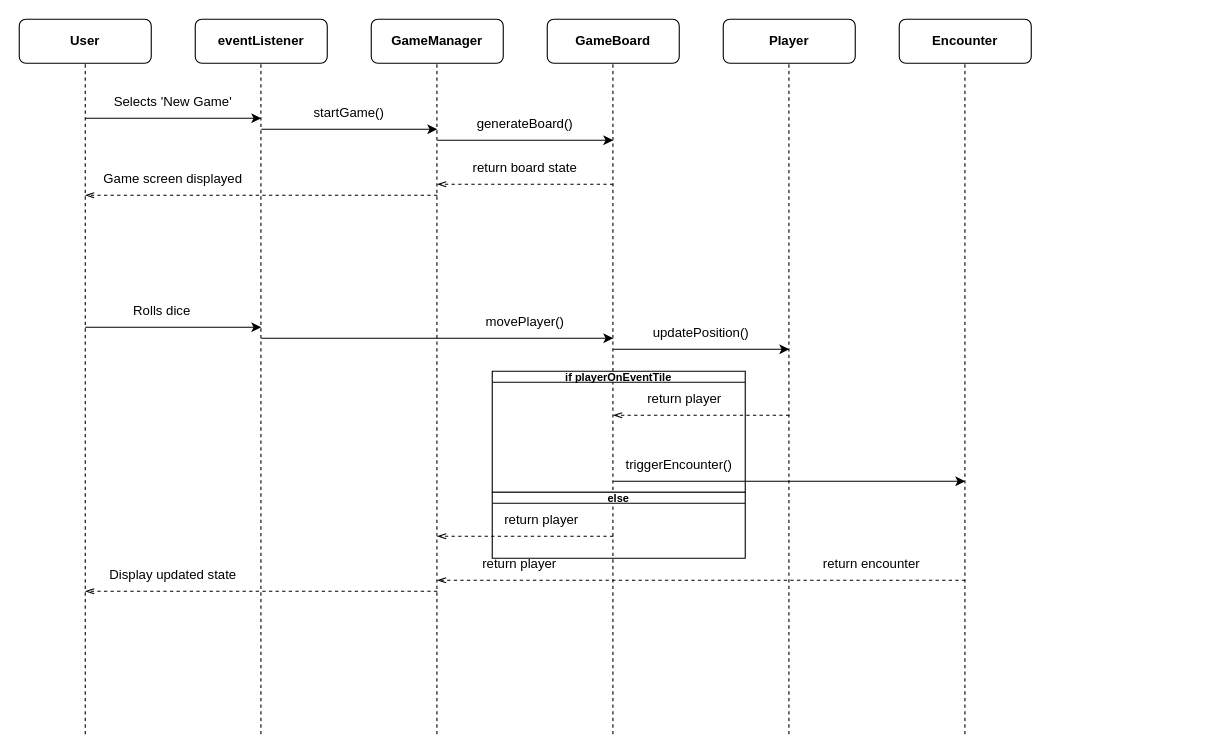
The draw.io diagram NOTCODE/sequence.drawio in LeoAUT1/COMP602-Assignment-1, before the edit. Source tidied: cells renumbered, new cells numbered last; positions are measured from the earlier drawing's top-left corner, leaving out a move shared by most shapes. Both pictures are drawn from the tidied source at 110%, with x=0, y=0 at pixel (19, 19).
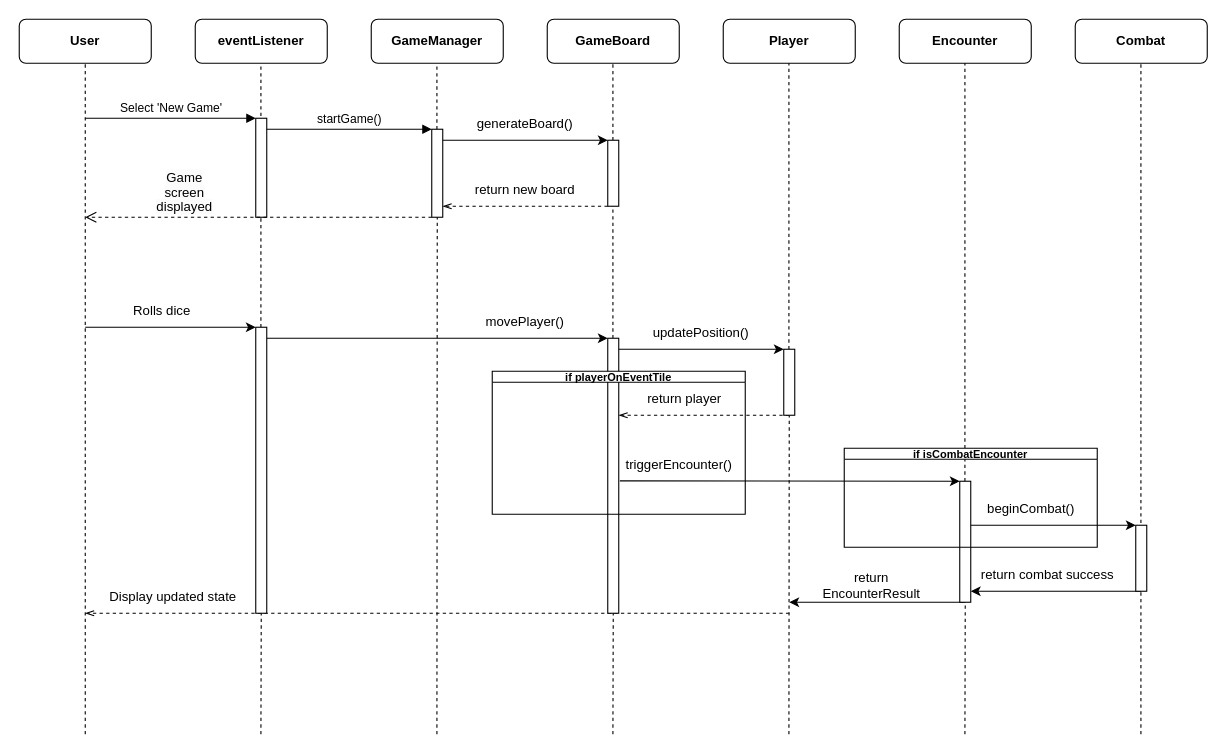
Above is the later version.

The edit, as a diff of the source:
```diff
@@
-    <mxCell id="6" style="endArrow=none;dashed=1;html=1;strokeWidth=1;entryX=0.5;entryY=1;entryDx=0;entryDy=0;" parent="1" edge="1">
+    <mxCell id="6" style="endArrow=none;dashed=1;html=1;strokeWidth=1;entryX=0.5;entryY=1;entryDx=0;entryDy=0;" parent="1" edge="1" source="56">
       <mxGeometry relative="1" as="geometry">
-        <mxPoint x="219.7" y="650" as="sourcePoint" />
         <mxPoint x="219.7" y="40" as="targetPoint" />
       </mxGeometry>
     </mxCell>
-    <mxCell id="7" style="endArrow=none;dashed=1;html=1;strokeWidth=1;entryX=0.5;entryY=1;entryDx=0;entryDy=0;" parent="1" edge="1">
+    <mxCell id="7" style="endArrow=none;dashed=1;html=1;strokeWidth=1;entryX=0.5;entryY=1;entryDx=0;entryDy=0;" parent="1" edge="1" source="53">
       <mxGeometry relative="1" as="geometry">
-        <mxPoint x="379.7" y="650" as="sourcePoint" />
         <mxPoint x="379.7" y="40" as="targetPoint" />
       </mxGeometry>
     </mxCell>
-    <mxCell id="8" value="Selects 'New Game'" style="text;html=1;align=center;verticalAlign=middle;whiteSpace=wrap;rounded=0;" parent="1" vertex="1">
-      <mxGeometry x="80" y="60" width="120" height="30" as="geometry" />
-    </mxCell>
-    <mxCell id="9" value="startGame()" style="text;html=1;align=center;verticalAlign=middle;whiteSpace=wrap;rounded=0;" parent="1" vertex="1">
-      <mxGeometry x="240" y="70" width="120" height="30" as="geometry" />
-    </mxCell>
@@
-    <mxCell id="12" style="endArrow=none;dashed=1;html=1;strokeWidth=1;entryX=0.5;entryY=1;entryDx=0;entryDy=0;" parent="1" edge="1">
+    <mxCell id="12" style="endArrow=none;dashed=1;html=1;strokeWidth=1;entryX=0.5;entryY=1;entryDx=0;entryDy=0;" parent="1" edge="1" source="60">
       <mxGeometry relative="1" as="geometry">
-        <mxPoint x="699.7" y="650" as="sourcePoint" />
         <mxPoint x="699.7" y="40" as="targetPoint" />
       </mxGeometry>
     </mxCell>
@@
-    <mxCell id="14" style="endArrow=none;dashed=1;html=1;strokeWidth=1;entryX=0.5;entryY=1;entryDx=0;entryDy=0;" parent="1" edge="1">
+    <mxCell id="14" style="endArrow=none;dashed=1;html=1;strokeWidth=1;entryX=0.5;entryY=1;entryDx=0;entryDy=0;" parent="1" edge="1" source="58">
       <mxGeometry relative="1" as="geometry">
-        <mxPoint x="539.7" y="650" as="sourcePoint" />
         <mxPoint x="539.7" y="40" as="targetPoint" />
       </mxGeometry>
     </mxCell>
@@
-    <mxCell id="16" style="endArrow=classic;html=1;" parent="1" edge="1">
-      <mxGeometry relative="1" as="geometry">
-        <mxPoint x="60" y="90" as="sourcePoint" />
-        <mxPoint x="220" y="90" as="targetPoint" />
-      </mxGeometry>
-    </mxCell>
-    <mxCell id="17" style="endArrow=classic;html=1;" parent="1" edge="1">
-      <mxGeometry relative="1" as="geometry">
-        <mxPoint x="220" y="100" as="sourcePoint" />
-        <mxPoint x="380" y="100" as="targetPoint" />
-      </mxGeometry>
-    </mxCell>
-    <mxCell id="18" style="endArrow=classic;html=1;" parent="1" edge="1">
-      <mxGeometry relative="1" as="geometry">
-        <mxPoint x="380" y="110" as="sourcePoint" />
-        <mxPoint x="540" y="110" as="targetPoint" />
-      </mxGeometry>
-    </mxCell>
-    <mxCell id="19" style="endArrow=openThin;html=1;dashed=1;endFill=0;" parent="1" edge="1">
+    <mxCell id="19" style="endArrow=openThin;html=1;dashed=1;endFill=0;" parent="1" edge="1" source="54" target="53">
       <mxGeometry relative="1" as="geometry">
-        <mxPoint x="540" y="150" as="sourcePoint" />
-        <mxPoint x="380" y="150" as="targetPoint" />
+        <Array as="points">
+          <mxPoint x="520" y="170" />
+        </Array>
       </mxGeometry>
     </mxCell>
-    <mxCell id="20" style="endArrow=openThin;html=1;dashed=1;endFill=0;" parent="1" edge="1">
-      <mxGeometry relative="1" as="geometry">
-        <mxPoint x="380" y="160" as="sourcePoint" />
-        <mxPoint x="60" y="160" as="targetPoint" />
-      </mxGeometry>
-    </mxCell>
-    <mxCell id="21" style="endArrow=classic;html=1;" parent="1" edge="1">
+    <mxCell id="21" style="endArrow=classic;html=1;" parent="1" edge="1" target="56">
       <mxGeometry relative="1" as="geometry">
         <mxPoint x="60" y="280" as="sourcePoint" />
-        <mxPoint x="220" y="280" as="targetPoint" />
       </mxGeometry>
     </mxCell>
-    <mxCell id="22" style="endArrow=classic;html=1;" parent="1" edge="1">
+    <mxCell id="22" style="endArrow=classic;html=1;" parent="1" edge="1" target="58">
       <mxGeometry relative="1" as="geometry">
         <mxPoint x="220" y="290" as="sourcePoint" />
-        <mxPoint x="540" y="290" as="targetPoint" />
       </mxGeometry>
     </mxCell>
@@
-    <mxCell id="24" style="endArrow=classic;html=1;" parent="1" edge="1">
+    <mxCell id="24" style="endArrow=classic;html=1;" parent="1" edge="1" target="60">
       <mxGeometry relative="1" as="geometry">
         <mxPoint x="540" y="300" as="sourcePoint" />
-        <mxPoint x="700" y="300" as="targetPoint" />
       </mxGeometry>
     </mxCell>
@@
-    <mxCell id="26" value="&lt;font style=&quot;font-size: 10px;&quot;&gt;if player&lt;span style=&quot;background-color: transparent;&quot;&gt;OnEventTile&lt;/span&gt;&lt;/font&gt;" style="swimlane;whiteSpace=wrap;html=1;startSize=10;" parent="1" vertex="1">
-      <mxGeometry x="430" y="320" width="230" height="110" as="geometry" />
-    </mxCell>
-    <mxCell id="27" value="return player" style="text;html=1;align=center;verticalAlign=middle;whiteSpace=wrap;rounded=0;" parent="26" vertex="1">
-      <mxGeometry x="120" y="10" width="110" height="30" as="geometry" />
-    </mxCell>
-    <mxCell id="28" style="endArrow=classic;html=1;" parent="26" edge="1">
-      <mxGeometry relative="1" as="geometry">
-        <mxPoint x="110" y="100" as="sourcePoint" />
-        <mxPoint x="430" y="100" as="targetPoint" />
-      </mxGeometry>
-    </mxCell>
-    <mxCell id="29" value="triggerEncounter()" style="text;html=1;align=center;verticalAlign=middle;whiteSpace=wrap;rounded=0;" parent="26" vertex="1">
-      <mxGeometry x="110" y="70" width="120" height="30" as="geometry" />
-    </mxCell>
-    <mxCell id="30" style="endArrow=openThin;html=1;dashed=1;endFill=0;" parent="26" edge="1">
-      <mxGeometry relative="1" as="geometry">
-        <mxPoint x="110" y="150" as="sourcePoint" />
-        <mxPoint x="-50" y="150" as="targetPoint" />
-      </mxGeometry>
-    </mxCell>
-    <mxCell id="31" value="&lt;span style=&quot;font-size: 10px;&quot;&gt;else&lt;/span&gt;" style="swimlane;whiteSpace=wrap;html=1;startSize=10;" parent="1" vertex="1">
-      <mxGeometry x="430" y="430" width="230" height="60" as="geometry" />
-    </mxCell>
-    <mxCell id="32" value="return player" style="text;html=1;align=center;verticalAlign=middle;whiteSpace=wrap;rounded=0;" parent="31" vertex="1">
-      <mxGeometry x="-10" y="10" width="110" height="30" as="geometry" />
-    </mxCell>
-    <mxCell id="33" style="endArrow=openThin;html=1;dashed=1;endFill=0;" parent="1" edge="1">
+    <mxCell id="33" style="endArrow=openThin;html=1;dashed=1;endFill=0;" parent="1" edge="1" target="58">
       <mxGeometry relative="1" as="geometry">
         <mxPoint x="700" y="360" as="sourcePoint" />
-        <mxPoint x="540" y="360" as="targetPoint" />
       </mxGeometry>
     </mxCell>
@@
-    <mxCell id="35" style="endArrow=none;dashed=1;html=1;strokeWidth=1;entryX=0.5;entryY=1;entryDx=0;entryDy=0;" parent="1" edge="1">
+    <mxCell id="35" style="endArrow=none;dashed=1;html=1;strokeWidth=1;entryX=0.5;entryY=1;entryDx=0;entryDy=0;" parent="1" edge="1" source="62">
       <mxGeometry relative="1" as="geometry">
-        <mxPoint x="859.7" y="650" as="sourcePoint" />
         <mxPoint x="859.7" y="40" as="targetPoint" />
       </mxGeometry>
     </mxCell>
-    <mxCell id="36" value="return board state" style="text;html=1;align=center;verticalAlign=middle;whiteSpace=wrap;rounded=0;" parent="1" vertex="1">
-      <mxGeometry x="405" y="120" width="110" height="30" as="geometry" />
+    <mxCell id="36" value="return new board" style="text;html=1;align=center;verticalAlign=middle;whiteSpace=wrap;rounded=0;" parent="1" vertex="1">
+      <mxGeometry x="405" y="140" width="110" height="30" as="geometry" />
     </mxCell>
-    <mxCell id="37" value="Game screen displayed" style="text;html=1;align=center;verticalAlign=middle;whiteSpace=wrap;rounded=0;" parent="1" vertex="1">
-      <mxGeometry x="70" y="130" width="140" height="30" as="geometry" />
-    </mxCell>
-    <mxCell id="38" style="endArrow=openThin;html=1;dashed=1;endFill=0;" parent="1" edge="1">
-      <mxGeometry relative="1" as="geometry">
-        <mxPoint x="860" y="510" as="sourcePoint" />
-        <mxPoint x="380" y="510" as="targetPoint" />
-      </mxGeometry>
-    </mxCell>
-    <mxCell id="39" value="return encounter" style="text;html=1;align=center;verticalAlign=middle;whiteSpace=wrap;rounded=0;" parent="1" vertex="1">
-      <mxGeometry x="720" y="480" width="110" height="30" as="geometry" />
-    </mxCell>
-    <mxCell id="40" value="return player" style="text;html=1;align=center;verticalAlign=middle;whiteSpace=wrap;rounded=0;" parent="1" vertex="1">
-      <mxGeometry x="400" y="480" width="110" height="30" as="geometry" />
-    </mxCell>
     <mxCell id="41" style="endArrow=openThin;html=1;dashed=1;endFill=0;" parent="1" edge="1">
       <mxGeometry relative="1" as="geometry">
-        <mxPoint x="380" y="520" as="sourcePoint" />
-        <mxPoint x="60" y="520" as="targetPoint" />
+        <mxPoint x="700" y="540" as="sourcePoint" />
+        <mxPoint x="60" y="540" as="targetPoint" />
       </mxGeometry>
     </mxCell>
     <mxCell id="42" value="Display updated state" style="text;html=1;align=center;verticalAlign=middle;whiteSpace=wrap;rounded=0;" parent="1" vertex="1">
-      <mxGeometry x="70" y="490" width="140" height="30" as="geometry" />
+      <mxGeometry x="70" y="510" width="140" height="30" as="geometry" />
     </mxCell>
+    <mxCell id="43" value="&lt;b&gt;Combat&lt;/b&gt;" style="rounded=1;whiteSpace=wrap;html=1;" parent="1" vertex="1">
+      <mxGeometry x="960" width="120" height="40" as="geometry" />
+    </mxCell>
+    <mxCell id="44" style="endArrow=none;dashed=1;html=1;strokeWidth=1;entryX=0.5;entryY=1;entryDx=0;entryDy=0;" parent="1" edge="1">
+      <mxGeometry relative="1" as="geometry">
+        <mxPoint x="1019.7" y="650" as="sourcePoint" />
+        <mxPoint x="1019.7" y="40" as="targetPoint" />
+      </mxGeometry>
+    </mxCell>
+    <mxCell id="45" style="endArrow=classic;html=1;" parent="1" edge="1" target="63">
+      <mxGeometry relative="1" as="geometry">
+        <mxPoint x="860" y="460" as="sourcePoint" />
+      </mxGeometry>
+    </mxCell>
+    <mxCell id="46" style="endArrow=classic;html=1;" parent="1" edge="1" target="62">
+      <mxGeometry relative="1" as="geometry">
+        <mxPoint x="1020" y="520" as="sourcePoint" />
+      </mxGeometry>
+    </mxCell>
+    <mxCell id="47" value="return combat success" style="text;html=1;align=center;verticalAlign=middle;whiteSpace=wrap;rounded=0;" parent="1" vertex="1">
+      <mxGeometry x="870" y="490" width="130" height="30" as="geometry" />
+    </mxCell>
+    <mxCell id="48" style="endArrow=classic;html=1;" parent="1" edge="1">
+      <mxGeometry relative="1" as="geometry">
+        <mxPoint x="860" y="530" as="sourcePoint" />
+        <mxPoint x="700" y="530" as="targetPoint" />
+      </mxGeometry>
+    </mxCell>
+    <mxCell id="49" value="return EncounterResult" style="text;html=1;align=center;verticalAlign=middle;whiteSpace=wrap;rounded=0;" parent="1" vertex="1">
+      <mxGeometry x="720" y="500" width="110" height="30" as="geometry" />
+    </mxCell>
+    <mxCell id="50" style="html=1;points=[[0,0,0,0,5],[0,1,0,0,-5],[1,0,0,0,5],[1,1,0,0,-5]];perimeter=orthogonalPerimeter;outlineConnect=0;targetShapes=umlLifeline;portConstraint=eastwest;newEdgeStyle={&quot;curved&quot;:0,&quot;rounded&quot;:0};" parent="1" vertex="1">
+      <mxGeometry x="215" y="90" width="10" height="90" as="geometry" />
+    </mxCell>
+    <mxCell id="51" value="Select 'New Game'" style="html=1;verticalAlign=bottom;endArrow=block;curved=0;rounded=0;" parent="1" edge="1">
+      <mxGeometry relative="1" as="geometry">
+        <mxPoint x="60" y="90" as="sourcePoint" />
+        <mxPoint x="215" y="90" as="targetPoint" />
+      </mxGeometry>
+    </mxCell>
+    <mxCell id="37" value="&lt;span style=&quot;color: rgb(0, 0, 0); font-size: 12px; text-wrap-mode: wrap; background-color: rgb(251, 251, 251); line-height: 100%;&quot;&gt;Game screen displayed&lt;/span&gt;" style="html=1;verticalAlign=bottom;endArrow=open;dashed=1;endSize=8;curved=0;rounded=0;" parent="1" edge="1" source="53">
+      <mxGeometry x="0.43" relative="1" as="geometry">
+        <mxPoint x="60" y="180" as="targetPoint" />
+      </mxGeometry>
+    </mxCell>
+    <mxCell id="52" style="endArrow=none;dashed=1;html=1;strokeWidth=1;entryX=0.5;entryY=1;entryDx=0;entryDy=0;" parent="1" edge="1" target="53">
+      <mxGeometry relative="1" as="geometry">
+        <mxPoint x="379.7" y="650" as="sourcePoint" />
+      </mxGeometry>
+    </mxCell>
+    <mxCell id="53" style="html=1;points=[[0,0,0,0,5],[0,1,0,0,-5],[1,0,0,0,5],[1,1,0,0,-5]];perimeter=orthogonalPerimeter;outlineConnect=0;targetShapes=umlLifeline;portConstraint=eastwest;newEdgeStyle={&quot;curved&quot;:0,&quot;rounded&quot;:0};" parent="1" vertex="1">
+      <mxGeometry x="375" y="100" width="10" height="80" as="geometry" />
+    </mxCell>
+    <mxCell id="9" value="startGame()" style="html=1;verticalAlign=bottom;endArrow=block;curved=0;rounded=0;" parent="1" edge="1" source="50">
+      <mxGeometry relative="1" as="geometry">
+        <mxPoint x="375" y="100" as="targetPoint" />
+      </mxGeometry>
+    </mxCell>
+    <mxCell id="54" style="html=1;points=[[0,0,0,0,5],[0,1,0,0,-5],[1,0,0,0,5],[1,1,0,0,-5]];perimeter=orthogonalPerimeter;outlineConnect=0;targetShapes=umlLifeline;portConstraint=eastwest;newEdgeStyle={&quot;curved&quot;:0,&quot;rounded&quot;:0};" parent="1" vertex="1">
+      <mxGeometry x="535" y="110" width="10" height="60" as="geometry" />
+    </mxCell>
+    <mxCell id="18" style="endArrow=classic;html=1;" parent="1" edge="1" source="53">
+      <mxGeometry relative="1" as="geometry">
+        <mxPoint x="535" y="110" as="targetPoint" />
+      </mxGeometry>
+    </mxCell>
+    <mxCell id="55" style="endArrow=none;dashed=1;html=1;strokeWidth=1;entryX=0.5;entryY=1;entryDx=0;entryDy=0;" parent="1" edge="1" target="56">
+      <mxGeometry relative="1" as="geometry">
+        <mxPoint x="219.7" y="650" as="sourcePoint" />
+      </mxGeometry>
+    </mxCell>
+    <mxCell id="56" style="html=1;points=[[0,0,0,0,5],[0,1,0,0,-5],[1,0,0,0,5],[1,1,0,0,-5]];perimeter=orthogonalPerimeter;outlineConnect=0;targetShapes=umlLifeline;portConstraint=eastwest;newEdgeStyle={&quot;curved&quot;:0,&quot;rounded&quot;:0};" parent="1" vertex="1">
+      <mxGeometry x="215" y="280" width="10" height="260" as="geometry" />
+    </mxCell>
+    <mxCell id="57" style="endArrow=none;dashed=1;html=1;strokeWidth=1;entryX=0.5;entryY=1;entryDx=0;entryDy=0;" parent="1" edge="1" target="58">
+      <mxGeometry relative="1" as="geometry">
+        <mxPoint x="539.7" y="650" as="sourcePoint" />
+      </mxGeometry>
+    </mxCell>
+    <mxCell id="58" style="html=1;points=[[0,0,0,0,5],[0,1,0,0,-5],[1,0,0,0,5],[1,1,0,0,-5]];perimeter=orthogonalPerimeter;outlineConnect=0;targetShapes=umlLifeline;portConstraint=eastwest;newEdgeStyle={&quot;curved&quot;:0,&quot;rounded&quot;:0};" parent="1" vertex="1">
+      <mxGeometry x="535" y="290" width="10" height="250" as="geometry" />
+    </mxCell>
+    <mxCell id="26" value="&lt;font style=&quot;font-size: 10px;&quot;&gt;if player&lt;span style=&quot;background-color: transparent;&quot;&gt;OnEventTile&lt;/span&gt;&lt;/font&gt;" style="swimlane;whiteSpace=wrap;html=1;startSize=10;" parent="1" vertex="1">
+      <mxGeometry x="430" y="320" width="230" height="130" as="geometry" />
+    </mxCell>
+    <mxCell id="27" value="return player" style="text;html=1;align=center;verticalAlign=middle;whiteSpace=wrap;rounded=0;" parent="26" vertex="1">
+      <mxGeometry x="120" y="10" width="110" height="30" as="geometry" />
+    </mxCell>
+    <mxCell id="29" value="triggerEncounter()" style="text;html=1;align=center;verticalAlign=middle;whiteSpace=wrap;rounded=0;" parent="26" vertex="1">
+      <mxGeometry x="110" y="70" width="120" height="30" as="geometry" />
+    </mxCell>
+    <mxCell id="59" style="endArrow=none;dashed=1;html=1;strokeWidth=1;entryX=0.5;entryY=1;entryDx=0;entryDy=0;" parent="1" edge="1" target="60">
+      <mxGeometry relative="1" as="geometry">
+        <mxPoint x="699.7" y="650" as="sourcePoint" />
+      </mxGeometry>
+    </mxCell>
+    <mxCell id="60" style="html=1;points=[[0,0,0,0,5],[0,1,0,0,-5],[1,0,0,0,5],[1,1,0,0,-5]];perimeter=orthogonalPerimeter;outlineConnect=0;targetShapes=umlLifeline;portConstraint=eastwest;newEdgeStyle={&quot;curved&quot;:0,&quot;rounded&quot;:0};" parent="1" vertex="1">
+      <mxGeometry x="695" y="300" width="10" height="60" as="geometry" />
+    </mxCell>
+    <mxCell id="61" style="endArrow=none;dashed=1;html=1;strokeWidth=1;entryX=0.5;entryY=1;entryDx=0;entryDy=0;" parent="1" edge="1" target="62">
+      <mxGeometry relative="1" as="geometry">
+        <mxPoint x="859.7" y="650" as="sourcePoint" />
+      </mxGeometry>
+    </mxCell>
+    <mxCell id="62" style="html=1;points=[[0,0,0,0,5],[0,1,0,0,-5],[1,0,0,0,5],[1,1,0,0,-5]];perimeter=orthogonalPerimeter;outlineConnect=0;targetShapes=umlLifeline;portConstraint=eastwest;newEdgeStyle={&quot;curved&quot;:0,&quot;rounded&quot;:0};" parent="1" vertex="1">
+      <mxGeometry x="855" y="420" width="10" height="110" as="geometry" />
+    </mxCell>
+    <mxCell id="28" style="endArrow=classic;html=1;exitX=0.05;exitY=0.989;exitDx=0;exitDy=0;exitPerimeter=0;" parent="1" edge="1" source="29" target="62">
+      <mxGeometry relative="1" as="geometry" />
+    </mxCell>
+    <mxCell id="63" style="html=1;points=[[0,0,0,0,5],[0,1,0,0,-5],[1,0,0,0,5],[1,1,0,0,-5]];perimeter=orthogonalPerimeter;outlineConnect=0;targetShapes=umlLifeline;portConstraint=eastwest;newEdgeStyle={&quot;curved&quot;:0,&quot;rounded&quot;:0};" parent="1" vertex="1">
+      <mxGeometry x="1015" y="460" width="10" height="60" as="geometry" />
+    </mxCell>
+    <mxCell id="64" value="&lt;span style=&quot;font-size: 10px;&quot;&gt;if isCombatEncounter&lt;/span&gt;" style="swimlane;whiteSpace=wrap;html=1;startSize=10;" parent="1" vertex="1">
+      <mxGeometry x="750" y="390" width="230" height="90" as="geometry" />
+    </mxCell>
+    <mxCell id="65" value="beginCombat()" style="text;html=1;align=center;verticalAlign=middle;whiteSpace=wrap;rounded=0;" parent="64" vertex="1">
+      <mxGeometry x="110" y="40" width="120" height="30" as="geometry" />
+    </mxCell>
```
